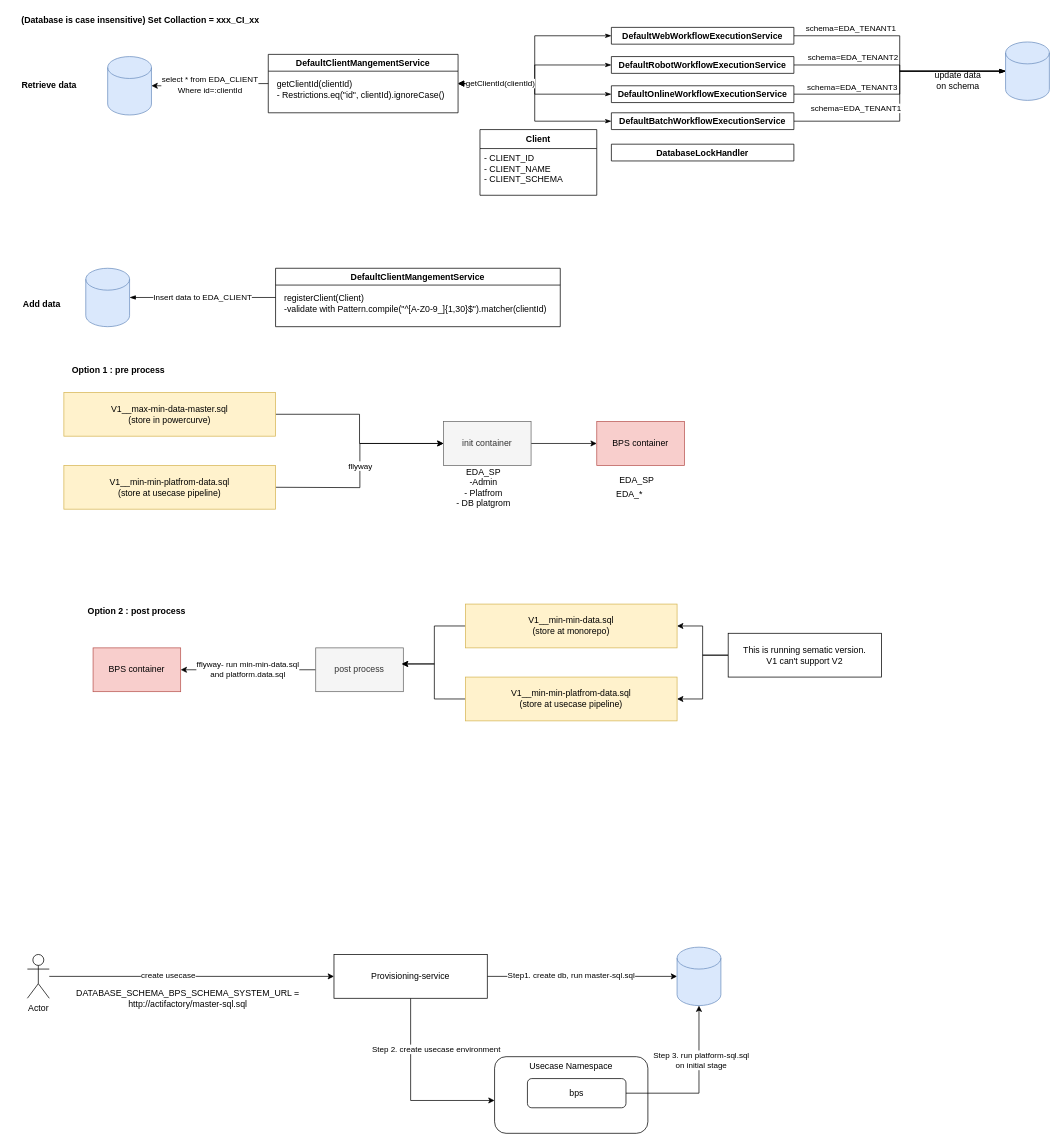
Before: BPS-Client-ID-Usage.drawio in cjjian/Diagram, a draw.io diagram. Source tidied: cells renumbered, new cells numbered last; positions are measured from the earlier drawing's top-left corner, leaving out a move shared by most shapes. Both pictures are drawn from the tidied source at 73%, with x=0, y=0 at pixel (12, 12).
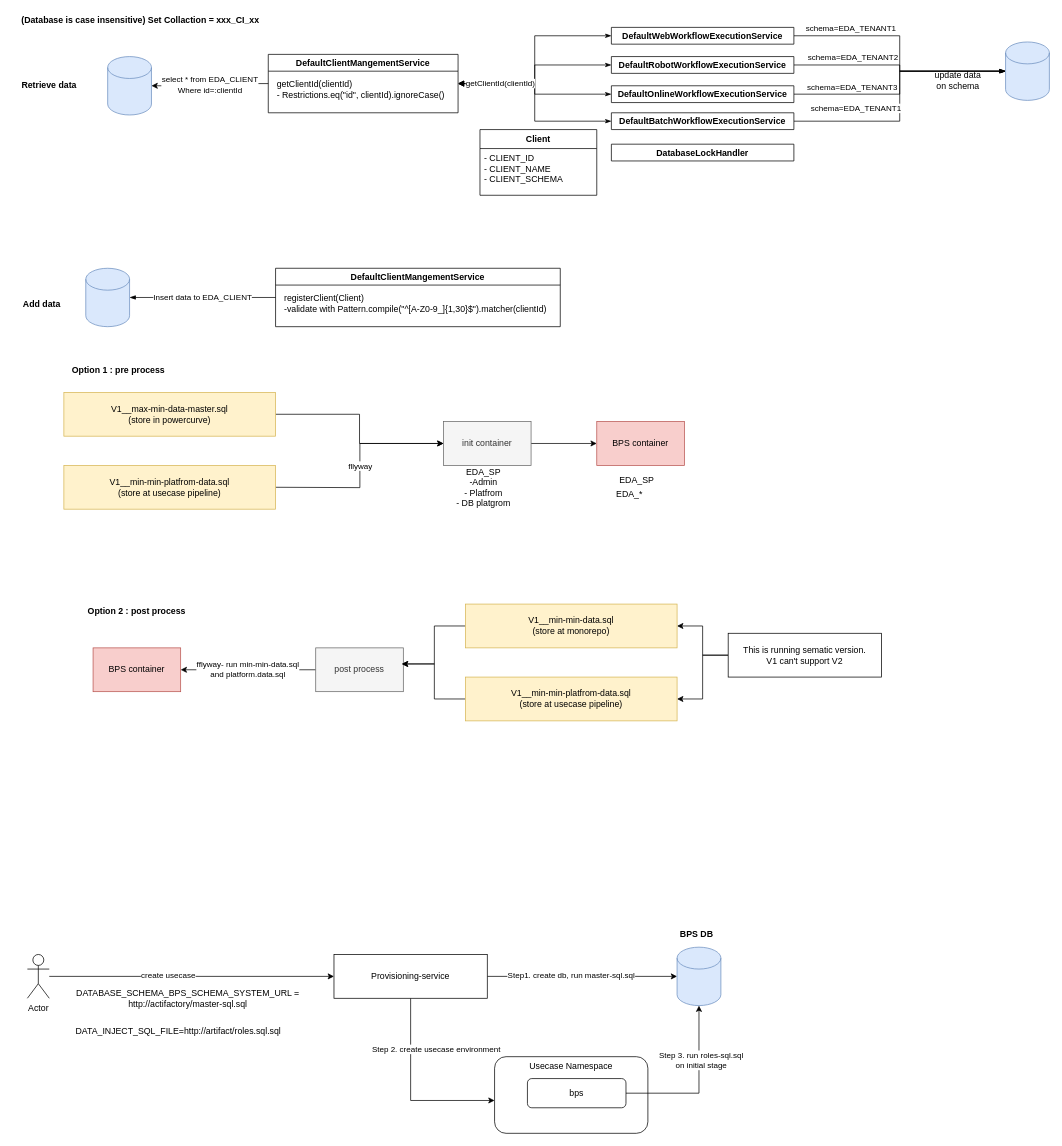
Above is the later version.

Unchanged cells that the change refers to:
```xml
<mxCell id="62" style="edgeStyle=orthogonalEdgeStyle;rounded=0;jettySize=auto;html=1;entryX=0.5;entryY=1;entryDx=0;entryDy=0;entryPerimeter=0;" parent="1" edge="1" source="64" target="57">
  <mxGeometry relative="1" as="geometry" />
</mxCell>
```

The edit, as a diff of the source:
```diff
@@
-    <mxCell id="63" value="Step 3. run platform-sql.sql&lt;br&gt;on initial stage" style="edgeLabel;html=1;align=center;verticalAlign=middle;" parent="62" vertex="1">
+    <mxCell id="63" value="Step 3. run roles-sql.sql&lt;br&gt;on initial stage" style="edgeLabel;html=1;align=center;verticalAlign=middle;" parent="62" vertex="1">
       <mxGeometry x="-0.09" y="46" relative="1" as="geometry">
         <mxPoint x="48" y="-46" as="offset" />
       </mxGeometry>
     </mxCell>
@@
+    <mxCell id="65" value="DATA_INJECT_SQL_FILE=http://artifact/roles.sql.sql" style="text;html=1;strokeColor=none;fillColor=none;align=center;verticalAlign=middle;whiteSpace=wrap;rounded=0;" parent="1" vertex="1">
+      <mxGeometry x="207" y="1386" width="40" height="20" as="geometry" />
+    </mxCell>
+    <mxCell id="66" value="BPS DB" style="text;html=1;strokeColor=none;fillColor=none;align=center;verticalAlign=middle;whiteSpace=wrap;rounded=0;fontStyle=1;" parent="1" vertex="1">
+      <mxGeometry x="900" y="1253" width="74" height="20" as="geometry" />
+    </mxCell>
```
